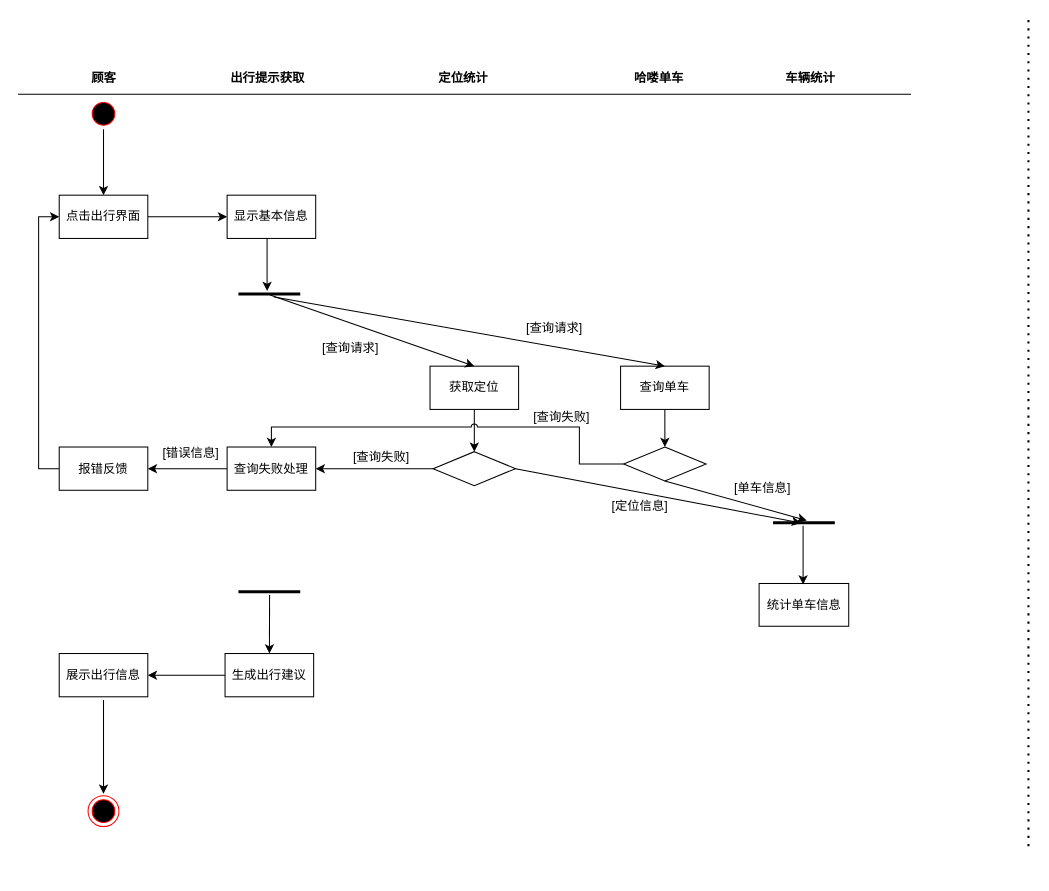
Earlier version of the draw.io diagram 软件工程出行提示.drawio (ZYNsama666/BackUp). Source tidied: cells renumbered, new cells numbered last; positions are measured from the earlier drawing's top-left corner, leaving out a move shared by most shapes. Both pictures are drawn from the tidied source at 103%, with x=0, y=0 at pixel (18, 19).
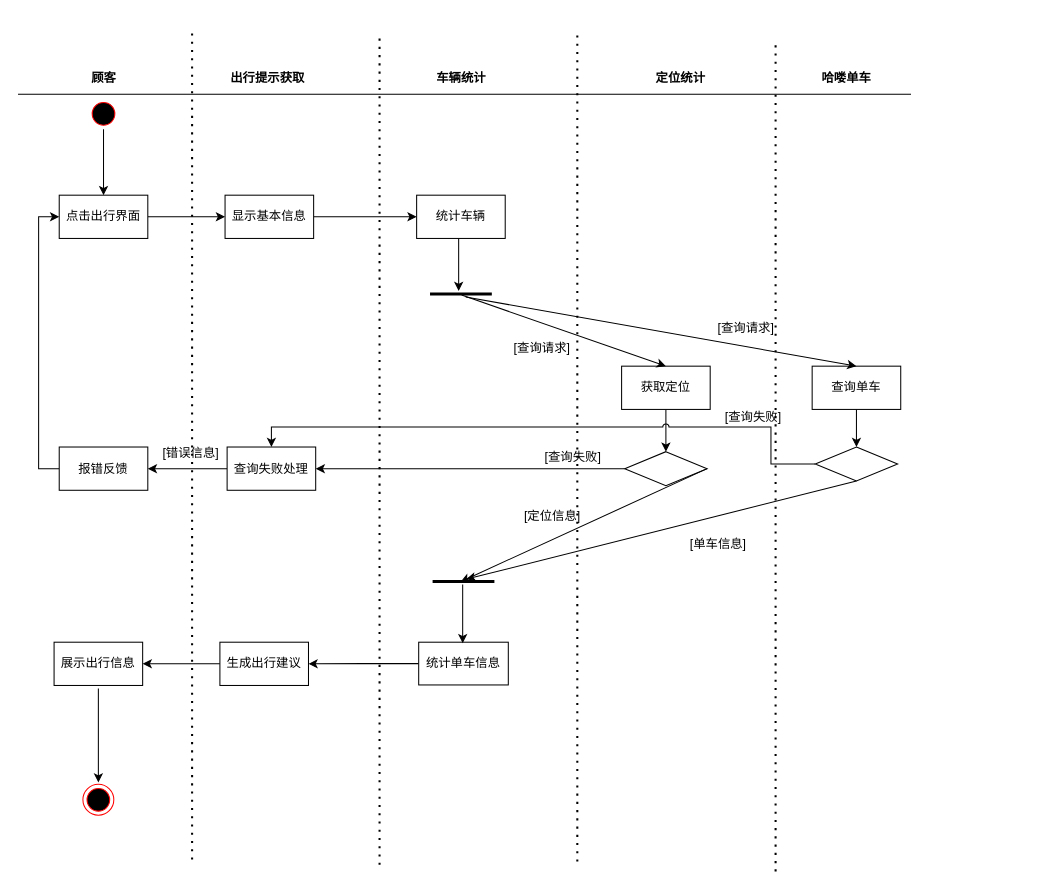
Above is the later version.

Commit message:
更新软件工程出行提示.drawio

The change refers to these unchanged cells:
```xml
<mxCell id="24" value="查询失败处理" style="html=1;whiteSpace=wrap;" parent="1" vertex="1">
  <mxGeometry x="203" y="415.5" width="86" height="42" as="geometry" />
</mxCell>
```

The edit, as a diff of the source:
```diff
@@
     <mxCell id="5" value="车辆统计" style="text;align=center;fontStyle=1;verticalAlign=middle;spacingLeft=3;spacingRight=3;strokeColor=none;html=1;" parent="1" vertex="1">
-      <mxGeometry x="745" y="50" width="48" height="16" as="geometry" />
+      <mxGeometry x="406" y="50" width="48" height="16" as="geometry" />
     </mxCell>
     <mxCell id="6" value="定位统计" style="text;align=center;fontStyle=1;verticalAlign=middle;spacingLeft=3;spacingRight=3;strokeColor=none;html=1;" parent="1" vertex="1">
-      <mxGeometry x="408" y="50" width="48" height="16" as="geometry" />
+      <mxGeometry x="619" y="50" width="48" height="16" as="geometry" />
     </mxCell>
@@
+    <mxCell id="49" style="edgeStyle=orthogonalEdgeStyle;rounded=0;jettySize=auto;html=1;" parent="1" edge="1" source="11" target="51">
+      <mxGeometry relative="1" as="geometry" />
+    </mxCell>
     <mxCell id="11" value="显示基本信息" style="html=1;whiteSpace=wrap;" parent="1" vertex="1">
-      <mxGeometry x="203" y="171" width="86" height="42" as="geometry" />
+      <mxGeometry x="201" y="171" width="86" height="42" as="geometry" />
     </mxCell>
@@
     <mxCell id="13" value="获取定位" style="html=1;whiteSpace=wrap;" parent="1" vertex="1">
-      <mxGeometry x="400" y="337" width="86" height="42" as="geometry" />
+      <mxGeometry x="586" y="337" width="86" height="42" as="geometry" />
     </mxCell>
@@
     <mxCell id="15" style="rhombus;whiteSpace=wrap;html=1;" parent="1" vertex="1">
-      <mxGeometry x="403" y="420" width="80" height="33" as="geometry" />
+      <mxGeometry x="589" y="420" width="80" height="33" as="geometry" />
     </mxCell>
     <mxCell id="16" style="ellipse;html=1;shape=endState;fillColor=#000000;strokeColor=#ff0000;" parent="1" vertex="1">
-      <mxGeometry x="68" y="754" width="30" height="30" as="geometry" />
+      <mxGeometry x="63" y="743" width="30" height="30" as="geometry" />
     </mxCell>
     <mxCell id="17" style="endArrow=classic;html=1;rounded=0;" parent="1" edge="1">
       <mxGeometry relative="1" as="geometry">
-        <mxPoint x="83" y="661" as="sourcePoint" />
-        <mxPoint x="83" y="752.2" as="targetPoint" />
+        <mxPoint x="78" y="650" as="sourcePoint" />
+        <mxPoint x="78" y="741.2" as="targetPoint" />
       </mxGeometry>
     </mxCell>
-    <mxCell id="18" style="endArrow=none;dashed=1;html=1;dashPattern=1 3;strokeWidth=2;rounded=0;" parent="1" edge="1">
-      <mxGeometry relative="1" as="geometry">
-        <mxPoint x="981" y="803" as="sourcePoint" />
-        <mxPoint x="981" as="targetPoint" />
-      </mxGeometry>
-    </mxCell>
     <mxCell id="19" style="edgeStyle=orthogonalEdgeStyle;rounded=0;orthogonalLoop=1;jettySize=auto;html=1;" parent="1" edge="1">
       <mxGeometry relative="1" as="geometry">
-        <mxPoint x="241.8" y="213" as="sourcePoint" />
-        <mxPoint x="241.8" y="264" as="targetPoint" />
+        <mxPoint x="427.8" y="213" as="sourcePoint" />
+        <mxPoint x="427.8" y="264" as="targetPoint" />
       </mxGeometry>
     </mxCell>
     <mxCell id="20" style="line;strokeWidth=3;dashed=0;labelPosition=right;align=left;verticalAlign=middle;spacingTop=0;spacingLeft=6;points=[];portConstraint=eastwest;fontSize=13;" parent="1" vertex="1">
-      <mxGeometry x="214" y="262" width="60" height="10" as="geometry" />
+      <mxGeometry x="400" y="262" width="60" height="10" as="geometry" />
     </mxCell>
@@
     <mxCell id="22" value="[查询请求]" style="text;html=1;strokeColor=none;fillColor=none;align=center;verticalAlign=middle;whiteSpace=wrap;rounded=0;" parent="1" vertex="1">
-      <mxGeometry x="293" y="305" width="60" height="30" as="geometry" />
+      <mxGeometry x="479" y="305" width="60" height="30" as="geometry" />
     </mxCell>
@@
     <mxCell id="25" value="[查询失败]" style="text;html=1;strokeColor=none;fillColor=none;align=center;verticalAlign=middle;whiteSpace=wrap;rounded=0;" parent="1" vertex="1">
-      <mxGeometry x="323" y="411" width="60" height="30" as="geometry" />
+      <mxGeometry x="509" y="411" width="60" height="30" as="geometry" />
     </mxCell>
@@
     <mxCell id="27" value="生成出行建议" style="html=1;whiteSpace=wrap;" parent="1" vertex="1">
-      <mxGeometry x="201" y="616" width="86" height="42" as="geometry" />
+      <mxGeometry x="196" y="605" width="86" height="42" as="geometry" />
     </mxCell>
@@
     <mxCell id="31" value="展示出行信息" style="html=1;whiteSpace=wrap;" parent="1" vertex="1">
-      <mxGeometry x="40" y="616" width="86" height="42" as="geometry" />
+      <mxGeometry x="35" y="605" width="86" height="42" as="geometry" />
     </mxCell>
-    <mxCell id="32" style="line;strokeWidth=3;dashed=0;labelPosition=right;align=left;verticalAlign=middle;spacingTop=0;spacingLeft=6;points=[];portConstraint=eastwest;fontSize=13;" parent="1" vertex="1">
-      <mxGeometry x="214" y="551" width="60" height="10" as="geometry" />
-    </mxCell>
-    <mxCell id="33" style="endArrow=classic;html=1;rounded=0;exitX=0.504;exitY=0.826;exitDx=0;exitDy=0;exitPerimeter=0;" parent="1" edge="1" source="32" target="27">
-      <mxGeometry relative="1" as="geometry" />
-    </mxCell>
@@
     <mxCell id="35" value="查询单车" style="html=1;whiteSpace=wrap;" parent="1" vertex="1">
-      <mxGeometry x="585" y="337" width="86" height="42" as="geometry" />
+      <mxGeometry x="771" y="337" width="86" height="42" as="geometry" />
     </mxCell>
@@
     <mxCell id="37" value="哈喽单车" style="text;align=center;fontStyle=1;verticalAlign=middle;spacingLeft=3;spacingRight=3;strokeColor=none;html=1;" parent="1" vertex="1">
-      <mxGeometry x="598" y="50" width="48" height="16" as="geometry" />
+      <mxGeometry x="780" y="50" width="48" height="16" as="geometry" />
     </mxCell>
     <mxCell id="38" value="[查询请求]" style="text;html=1;strokeColor=none;fillColor=none;align=center;verticalAlign=middle;whiteSpace=wrap;rounded=0;" parent="1" vertex="1">
-      <mxGeometry x="491" y="285" width="60" height="30" as="geometry" />
+      <mxGeometry x="677" y="285" width="60" height="30" as="geometry" />
     </mxCell>
+    <mxCell id="50" style="edgeStyle=orthogonalEdgeStyle;rounded=0;jettySize=auto;html=1;" parent="1" edge="1" source="39" target="27">
+      <mxGeometry relative="1" as="geometry" />
+    </mxCell>
     <mxCell id="39" value="统计单车信息" style="html=1;whiteSpace=wrap;" parent="1" vertex="1">
-      <mxGeometry x="719.5" y="548" width="87" height="41.5" as="geometry" />
+      <mxGeometry x="389" y="605" width="87" height="41.5" as="geometry" />
     </mxCell>
@@
     <mxCell id="41" style="line;strokeWidth=3;dashed=0;labelPosition=right;align=left;verticalAlign=middle;spacingTop=0;spacingLeft=6;points=[];portConstraint=eastwest;fontSize=13;" parent="1" vertex="1">
-      <mxGeometry x="733" y="484" width="60" height="10" as="geometry" />
+      <mxGeometry x="402.5" y="541" width="60" height="10" as="geometry" />
     </mxCell>
     <mxCell id="42" style="endArrow=classic;html=1;rounded=0;exitX=0.504;exitY=0.826;exitDx=0;exitDy=0;exitPerimeter=0;" parent="1" edge="1">
       <mxGeometry relative="1" as="geometry">
-        <mxPoint x="762.2" y="492" as="sourcePoint" />
-        <mxPoint x="762.2" y="549" as="targetPoint" />
+        <mxPoint x="431.7" y="549" as="sourcePoint" />
+        <mxPoint x="431.7" y="606" as="targetPoint" />
       </mxGeometry>
     </mxCell>
     <mxCell id="43" style="edgeStyle=orthogonalEdgeStyle;rounded=0;jettySize=auto;html=1;entryX=0.5;entryY=0;entryDx=0;entryDy=0;jumpStyle=arc;" parent="1" edge="1" source="44" target="24">
       <mxGeometry relative="1" as="geometry">
         <Array as="points">
-          <mxPoint x="545" y="432" />
-          <mxPoint x="545" y="396" />
+          <mxPoint x="731" y="432" />
+          <mxPoint x="731" y="396" />
           <mxPoint x="246" y="396" />
         </Array>
       </mxGeometry>
     </mxCell>
     <mxCell id="44" style="rhombus;whiteSpace=wrap;html=1;" parent="1" vertex="1">
-      <mxGeometry x="588" y="415.5" width="80" height="33" as="geometry" />
+      <mxGeometry x="774" y="415.5" width="80" height="33" as="geometry" />
     </mxCell>
@@
     <mxCell id="46" value="[查询失败]" style="text;html=1;strokeColor=none;fillColor=none;align=center;verticalAlign=middle;whiteSpace=wrap;rounded=0;" parent="1" vertex="1">
-      <mxGeometry x="498" y="372" width="60" height="30" as="geometry" />
+      <mxGeometry x="684" y="372" width="60" height="30" as="geometry" />
     </mxCell>
     <mxCell id="47" value="[定位信息]" style="text;html=1;strokeColor=none;fillColor=none;align=center;verticalAlign=middle;whiteSpace=wrap;rounded=0;" parent="1" vertex="1">
-      <mxGeometry x="574" y="457.5" width="60" height="30" as="geometry" />
+      <mxGeometry x="489" y="468" width="60" height="30" as="geometry" />
     </mxCell>
     <mxCell id="48" value="[单车信息]" style="text;html=1;strokeColor=none;fillColor=none;align=center;verticalAlign=middle;whiteSpace=wrap;rounded=0;" parent="1" vertex="1">
-      <mxGeometry x="693" y="441" width="60" height="30" as="geometry" />
+      <mxGeometry x="650" y="495" width="60" height="30" as="geometry" />
     </mxCell>
+    <mxCell id="51" value="统计车辆" style="html=1;whiteSpace=wrap;" parent="1" vertex="1">
+      <mxGeometry x="387" y="171" width="86" height="42" as="geometry" />
+    </mxCell>
+    <mxCell id="52" style="endArrow=none;dashed=1;html=1;dashPattern=1 3;strokeWidth=2;rounded=0;" parent="1" edge="1">
+      <mxGeometry relative="1" as="geometry">
+        <mxPoint x="169" y="816" as="sourcePoint" />
+        <mxPoint x="169" y="13" as="targetPoint" />
+      </mxGeometry>
+    </mxCell>
+    <mxCell id="53" style="endArrow=none;dashed=1;html=1;dashPattern=1 3;strokeWidth=2;rounded=0;" parent="1" edge="1">
+      <mxGeometry relative="1" as="geometry">
+        <mxPoint x="351" y="821" as="sourcePoint" />
+        <mxPoint x="351" y="18" as="targetPoint" />
+      </mxGeometry>
+    </mxCell>
+    <mxCell id="54" style="endArrow=none;dashed=1;html=1;dashPattern=1 3;strokeWidth=2;rounded=0;" parent="1" edge="1">
+      <mxGeometry relative="1" as="geometry">
+        <mxPoint x="543" y="818" as="sourcePoint" />
+        <mxPoint x="543" y="15" as="targetPoint" />
+      </mxGeometry>
+    </mxCell>
+    <mxCell id="55" style="endArrow=none;dashed=1;html=1;dashPattern=1 3;strokeWidth=2;rounded=0;" parent="1" edge="1">
+      <mxGeometry relative="1" as="geometry">
+        <mxPoint x="735.5" y="827.5" as="sourcePoint" />
+        <mxPoint x="735.5" y="24.5" as="targetPoint" />
+      </mxGeometry>
+    </mxCell>
```
